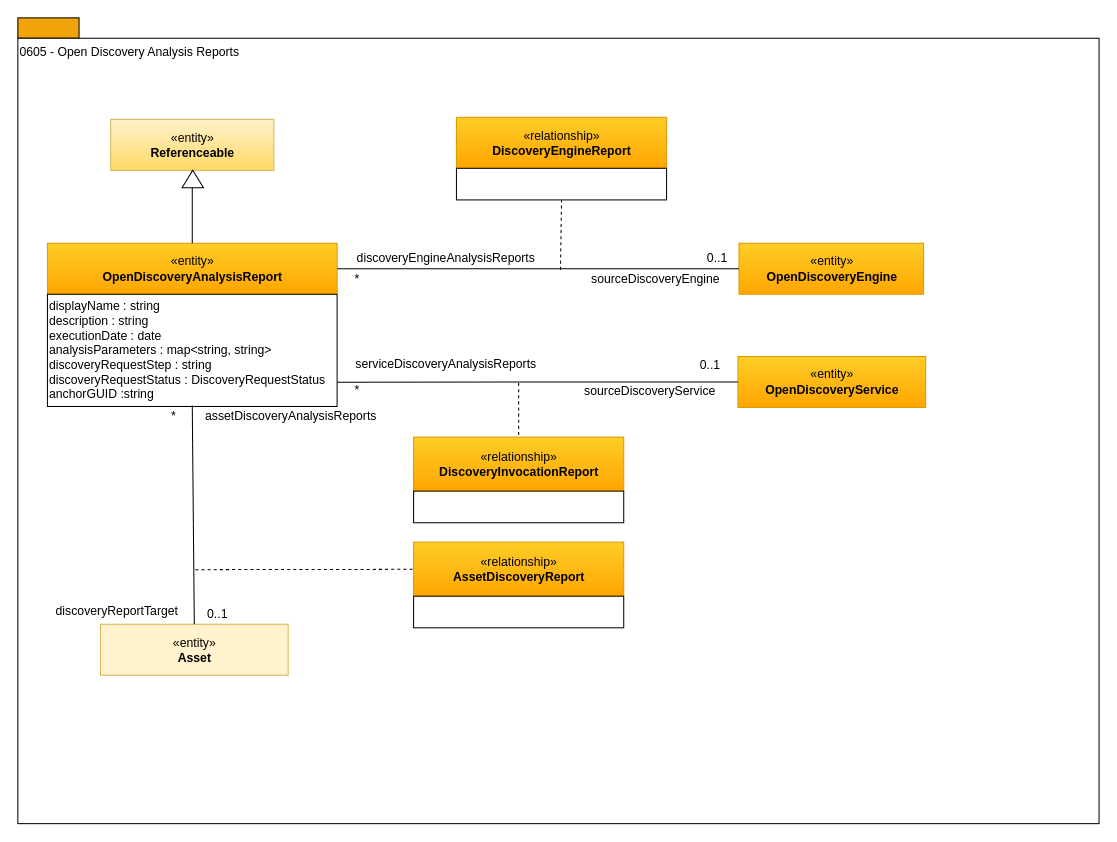
planetf1/egeria keeps this draw.io diagram as page "0605 - Discovery Analysis Reports" (5 of 18) of open-metadata-publication/website/open-metadata-types/area-6-discovery.drawio. Above is the earlier version. Source tidied: cells renumbered, new cells numbered last; positions are measured from the earlier drawing's top-left corner, leaving out a move shared by most shapes. Both pictures are drawn from the tidied source at 102%, with x=0, y=0 at pixel (17, 17).
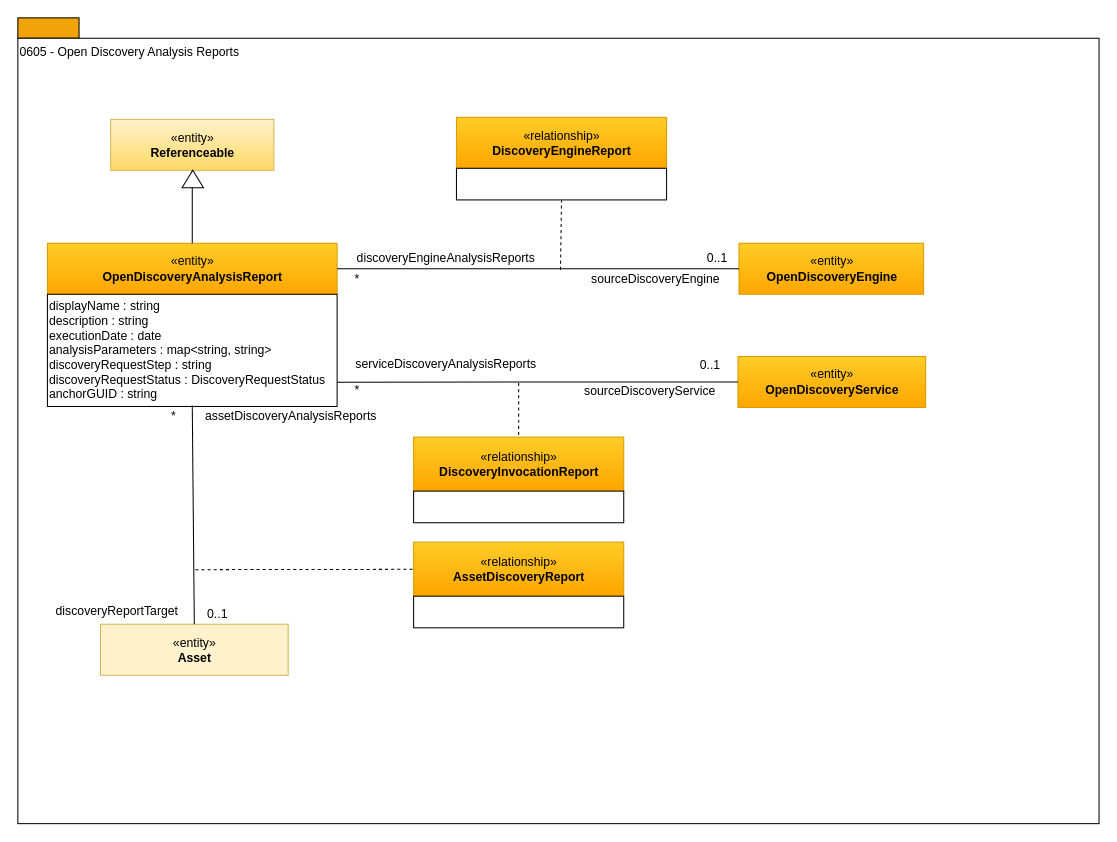
The same page after the edit.

Change to the diagram source:
```diff
@@
-    <mxCell id="5" value="displayName : string&lt;br&gt;description : string&lt;br&gt;executionDate : date&lt;br&gt;&lt;div style=&quot;text-align: left&quot;&gt;&lt;span&gt;analysisParameters : map&amp;lt;string, string&amp;gt;&lt;/span&gt;&lt;/div&gt;&lt;div style=&quot;text-align: left&quot;&gt;&lt;span&gt;discoveryRequestStep : string&lt;/span&gt;&lt;/div&gt;&lt;div style=&quot;text-align: left&quot;&gt;&lt;span&gt;discoveryRequestStatus : DiscoveryRequestStatus&lt;/span&gt;&lt;/div&gt;&lt;div style=&quot;text-align: left&quot;&gt;&lt;span&gt;anchorGUID :string&lt;/span&gt;&lt;/div&gt;" style="rounded=0;whiteSpace=wrap;html=1;strokeColor=#000000;gradientColor=#ffffff;align=left;" parent="1" vertex="1">
+    <mxCell id="5" value="displayName : string&lt;br&gt;description : string&lt;br&gt;executionDate : date&lt;br&gt;&lt;div style=&quot;text-align: left&quot;&gt;&lt;span&gt;analysisParameters : map&amp;lt;string, string&amp;gt;&lt;/span&gt;&lt;/div&gt;&lt;div style=&quot;text-align: left&quot;&gt;&lt;span&gt;discoveryRequestStep : string&lt;/span&gt;&lt;/div&gt;&lt;div style=&quot;text-align: left&quot;&gt;&lt;span&gt;discoveryRequestStatus : DiscoveryRequestStatus&lt;/span&gt;&lt;/div&gt;&lt;div style=&quot;text-align: left&quot;&gt;&lt;span&gt;anchorGUID : string&lt;/span&gt;&lt;/div&gt;" style="rounded=0;whiteSpace=wrap;html=1;strokeColor=#000000;gradientColor=#ffffff;align=left;" parent="1" vertex="1">
       <mxGeometry x="29" y="271" width="284" height="110" as="geometry" />
     </mxCell>
```
